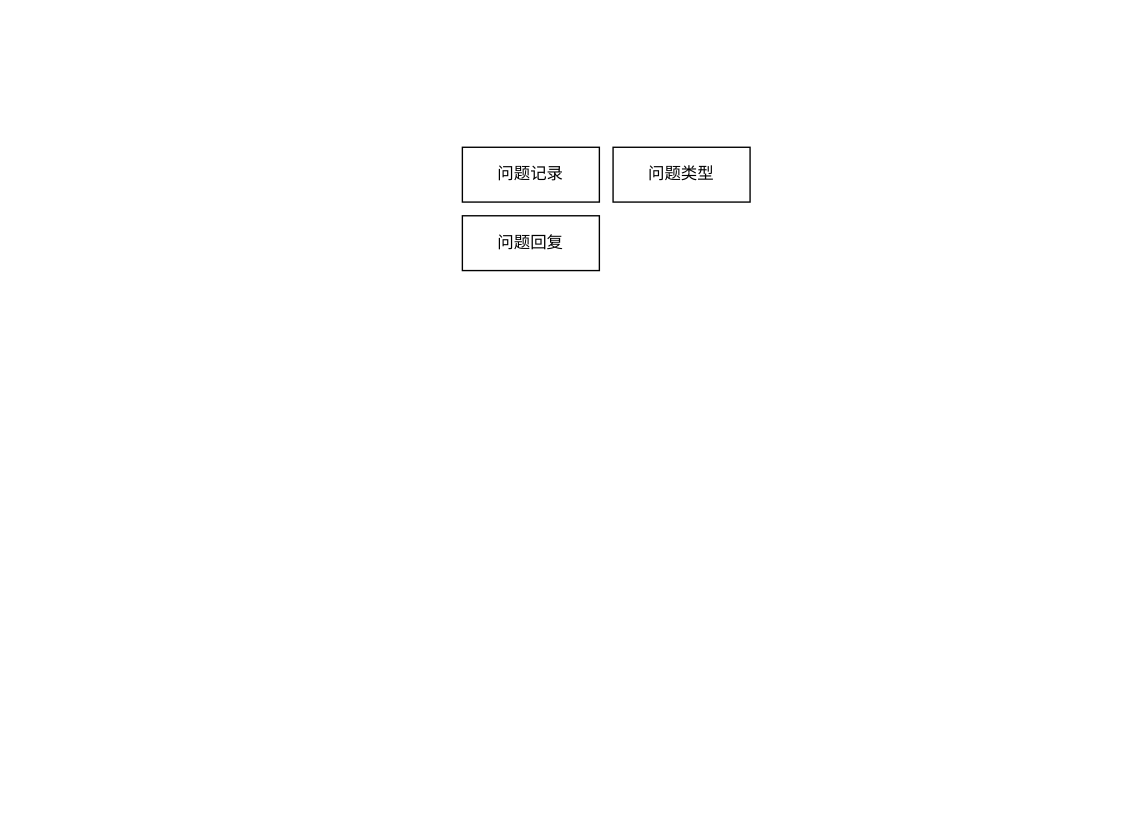
Before: page "问题服务" (5 of 5) of 毕设管理系统/ER模型图.drawio in FdfGithub/drawio, a draw.io diagram. Source tidied: cells renumbered, new cells numbered last; positions are measured from the earlier drawing's top-left corner, leaving out a move shared by most shapes. Both pictures are drawn from the tidied source at 137%, with x=0, y=0 at pixel (462, 147).
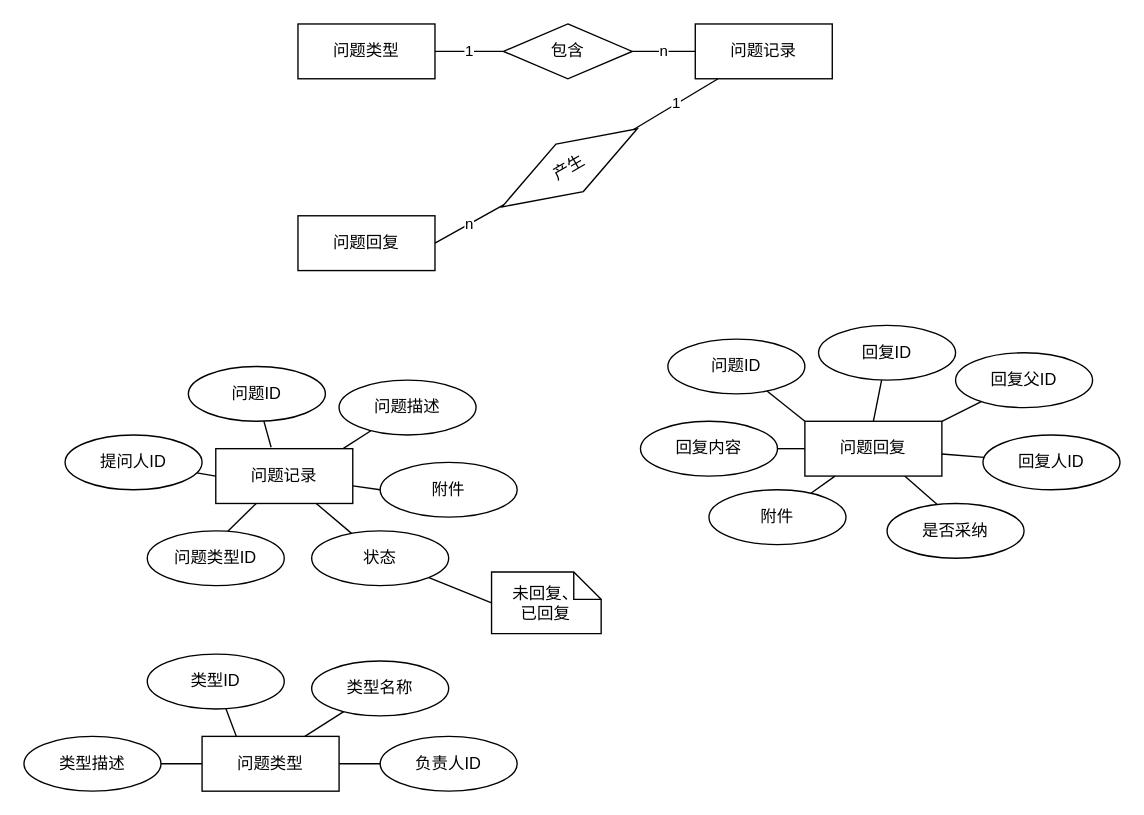
After the change.

The edit, as a diff of the source:
```diff
@@
-    <mxCell id="2" value="问题记录" style="whiteSpace=wrap;html=1;align=center;" parent="1" vertex="1">
-      <mxGeometry width="100" height="40" as="geometry" />
+    <mxCell id="2" value="&lt;span&gt;问题类型&lt;/span&gt;" style="whiteSpace=wrap;html=1;align=center;" parent="1" vertex="1">
+      <mxGeometry x="-120" y="-90" width="100" height="40" as="geometry" />
     </mxCell>
-    <mxCell id="3" value="问题类型" style="whiteSpace=wrap;html=1;align=center;" parent="1" vertex="1">
-      <mxGeometry x="110" width="100" height="40" as="geometry" />
+    <mxCell id="3" value="问题记录" style="whiteSpace=wrap;html=1;align=center;" parent="1" vertex="1">
+      <mxGeometry x="170" y="-90" width="100" height="40" as="geometry" />
     </mxCell>
     <mxCell id="4" value="问题回复" style="whiteSpace=wrap;html=1;align=center;" parent="1" vertex="1">
-      <mxGeometry y="50" width="100" height="40" as="geometry" />
+      <mxGeometry x="-120" y="50" width="100" height="40" as="geometry" />
     </mxCell>
+    <mxCell id="5" style="edgeStyle=none;rounded=0;jettySize=auto;html=1;entryX=0;entryY=0.5;entryDx=0;entryDy=0;endArrow=none;endFill=0;" parent="1" edge="1" source="7" target="12">
+      <mxGeometry relative="1" as="geometry" />
+    </mxCell>
+    <mxCell id="6" style="edgeStyle=none;rounded=0;jettySize=auto;html=1;entryX=0.588;entryY=0.005;entryDx=0;entryDy=0;entryPerimeter=0;endArrow=none;endFill=0;" parent="1" edge="1" source="7" target="30">
+      <mxGeometry relative="1" as="geometry" />
+    </mxCell>
+    <mxCell id="7" value="问题记录" style="whiteSpace=wrap;html=1;align=center;" parent="1" vertex="1">
+      <mxGeometry x="-180" y="220" width="100" height="40" as="geometry" />
+    </mxCell>
+    <mxCell id="8" style="edgeStyle=none;rounded=0;jettySize=auto;html=1;entryX=0.404;entryY=-0.025;entryDx=0;entryDy=0;endArrow=none;endFill=0;entryPerimeter=0;" parent="1" edge="1" source="9" target="7">
+      <mxGeometry relative="1" as="geometry" />
+    </mxCell>
+    <mxCell id="9" value="问题ID" style="ellipse;whiteSpace=wrap;html=1;align=center;" parent="1" vertex="1">
+      <mxGeometry x="-200" y="160" width="100" height="40" as="geometry" />
+    </mxCell>
+    <mxCell id="10" style="edgeStyle=none;rounded=0;jettySize=auto;html=1;entryX=0.932;entryY=-0.005;entryDx=0;entryDy=0;entryPerimeter=0;endArrow=none;endFill=0;" parent="1" edge="1" source="11" target="7">
+      <mxGeometry relative="1" as="geometry" />
+    </mxCell>
+    <mxCell id="11" value="问题描述" style="ellipse;whiteSpace=wrap;html=1;align=center;" parent="1" vertex="1">
+      <mxGeometry x="-90" y="170" width="100" height="40" as="geometry" />
+    </mxCell>
+    <mxCell id="12" value="附件" style="ellipse;whiteSpace=wrap;html=1;align=center;" parent="1" vertex="1">
+      <mxGeometry x="-60" y="230" width="100" height="40" as="geometry" />
+    </mxCell>
+    <mxCell id="13" style="edgeStyle=none;rounded=0;jettySize=auto;html=1;endArrow=none;endFill=0;" parent="1" edge="1" source="15" target="7">
+      <mxGeometry relative="1" as="geometry" />
+    </mxCell>
+    <mxCell id="14" style="edgeStyle=none;rounded=0;jettySize=auto;html=1;entryX=0;entryY=0.5;entryDx=0;entryDy=0;entryPerimeter=0;endArrow=none;endFill=0;" parent="1" edge="1" source="15" target="49">
+      <mxGeometry relative="1" as="geometry" />
+    </mxCell>
+    <mxCell id="15" value="状态" style="ellipse;whiteSpace=wrap;html=1;align=center;" parent="1" vertex="1">
+      <mxGeometry x="-110" y="280" width="100" height="40" as="geometry" />
+    </mxCell>
+    <mxCell id="16" style="edgeStyle=none;rounded=0;jettySize=auto;html=1;entryX=0.364;entryY=0.015;entryDx=0;entryDy=0;entryPerimeter=0;endArrow=none;endFill=0;" parent="1" edge="1" source="17" target="28">
+      <mxGeometry relative="1" as="geometry" />
+    </mxCell>
+    <mxCell id="17" value="问题回复" style="whiteSpace=wrap;html=1;align=center;" parent="1" vertex="1">
+      <mxGeometry x="250" y="200" width="100" height="40" as="geometry" />
+    </mxCell>
+    <mxCell id="18" style="edgeStyle=none;rounded=0;jettySize=auto;html=1;entryX=0;entryY=0;entryDx=0;entryDy=0;endArrow=none;endFill=0;" parent="1" edge="1" source="19" target="17">
+      <mxGeometry relative="1" as="geometry" />
+    </mxCell>
+    <mxCell id="19" value="问题ID" style="ellipse;whiteSpace=wrap;html=1;align=center;" parent="1" vertex="1">
+      <mxGeometry x="150" y="140" width="100" height="40" as="geometry" />
+    </mxCell>
+    <mxCell id="20" style="edgeStyle=none;rounded=0;jettySize=auto;html=1;entryX=0.5;entryY=0;entryDx=0;entryDy=0;endArrow=none;endFill=0;" parent="1" edge="1" source="21" target="17">
+      <mxGeometry relative="1" as="geometry" />
+    </mxCell>
+    <mxCell id="21" value="回复ID" style="ellipse;whiteSpace=wrap;html=1;align=center;" parent="1" vertex="1">
+      <mxGeometry x="260" y="130" width="100" height="40" as="geometry" />
+    </mxCell>
+    <mxCell id="22" style="edgeStyle=none;rounded=0;jettySize=auto;html=1;endArrow=none;endFill=0;" parent="1" edge="1" source="23">
+      <mxGeometry relative="1" as="geometry">
+        <mxPoint x="350" y="200" as="targetPoint" />
+      </mxGeometry>
+    </mxCell>
+    <mxCell id="23" value="回复父ID" style="ellipse;whiteSpace=wrap;html=1;align=center;" parent="1" vertex="1">
+      <mxGeometry x="360" y="150" width="100" height="40" as="geometry" />
+    </mxCell>
+    <mxCell id="24" style="edgeStyle=none;rounded=0;jettySize=auto;html=1;endArrow=none;endFill=0;" parent="1" edge="1" source="25" target="17">
+      <mxGeometry relative="1" as="geometry" />
+    </mxCell>
+    <mxCell id="25" value="回复内容" style="ellipse;whiteSpace=wrap;html=1;align=center;" parent="1" vertex="1">
+      <mxGeometry x="130" y="200" width="100" height="40" as="geometry" />
+    </mxCell>
+    <mxCell id="26" style="edgeStyle=none;rounded=0;jettySize=auto;html=1;endArrow=none;endFill=0;" parent="1" edge="1" source="27" target="17">
+      <mxGeometry relative="1" as="geometry" />
+    </mxCell>
+    <mxCell id="27" value="附件" style="ellipse;whiteSpace=wrap;html=1;align=center;" parent="1" vertex="1">
+      <mxGeometry x="180" y="250" width="100" height="40" as="geometry" />
+    </mxCell>
+    <mxCell id="28" value="是否采纳" style="ellipse;whiteSpace=wrap;html=1;align=center;" parent="1" vertex="1">
+      <mxGeometry x="310" y="260" width="100" height="40" as="geometry" />
+    </mxCell>
+    <mxCell id="29" value="问题类型" style="whiteSpace=wrap;html=1;align=center;" parent="1" vertex="1">
+      <mxGeometry x="-190" y="430" width="100" height="40" as="geometry" />
+    </mxCell>
+    <mxCell id="30" value="问题类型ID" style="ellipse;whiteSpace=wrap;html=1;align=center;" parent="1" vertex="1">
+      <mxGeometry x="-230" y="280" width="100" height="40" as="geometry" />
+    </mxCell>
+    <mxCell id="31" style="edgeStyle=none;rounded=0;jettySize=auto;html=1;entryX=0.25;entryY=0;entryDx=0;entryDy=0;endArrow=none;endFill=0;" parent="1" edge="1" source="32" target="29">
+      <mxGeometry relative="1" as="geometry" />
+    </mxCell>
+    <mxCell id="32" value="类型ID" style="ellipse;whiteSpace=wrap;html=1;align=center;" parent="1" vertex="1">
+      <mxGeometry x="-230" y="370" width="100" height="40" as="geometry" />
+    </mxCell>
+    <mxCell id="33" style="edgeStyle=none;rounded=0;jettySize=auto;html=1;entryX=0.75;entryY=0;entryDx=0;entryDy=0;endArrow=none;endFill=0;" parent="1" edge="1" source="34" target="29">
+      <mxGeometry relative="1" as="geometry" />
+    </mxCell>
+    <mxCell id="34" value="类型名称" style="ellipse;whiteSpace=wrap;html=1;align=center;" parent="1" vertex="1">
+      <mxGeometry x="-110" y="375" width="100" height="40" as="geometry" />
+    </mxCell>
+    <mxCell id="35" style="edgeStyle=none;rounded=0;jettySize=auto;html=1;endArrow=none;endFill=0;" parent="1" edge="1" source="36" target="29">
+      <mxGeometry relative="1" as="geometry" />
+    </mxCell>
+    <mxCell id="36" value="负责人ID" style="ellipse;whiteSpace=wrap;html=1;align=center;" parent="1" vertex="1">
+      <mxGeometry x="-60" y="430" width="100" height="40" as="geometry" />
+    </mxCell>
+    <mxCell id="37" style="edgeStyle=none;rounded=0;jettySize=auto;html=1;endArrow=none;endFill=0;" parent="1" edge="1" source="38" target="29">
+      <mxGeometry relative="1" as="geometry" />
+    </mxCell>
+    <mxCell id="38" value="类型描述" style="ellipse;whiteSpace=wrap;html=1;align=center;" parent="1" vertex="1">
+      <mxGeometry x="-320" y="430" width="100" height="40" as="geometry" />
+    </mxCell>
+    <mxCell id="39" value="n" style="edgeStyle=none;rounded=0;jettySize=auto;html=1;entryX=0;entryY=0.5;entryDx=0;entryDy=0;endArrow=none;endFill=0;" parent="1" edge="1" source="41" target="3">
+      <mxGeometry relative="1" as="geometry" />
+    </mxCell>
+    <mxCell id="40" value="1" style="edgeStyle=none;rounded=0;jettySize=auto;html=1;endArrow=none;endFill=0;" parent="1" edge="1" source="41" target="2">
+      <mxGeometry relative="1" as="geometry">
+        <Array as="points">
+          <mxPoint y="-70" />
+        </Array>
+      </mxGeometry>
+    </mxCell>
+    <mxCell id="41" value="包含" style="shape=rhombus;perimeter=rhombusPerimeter;whiteSpace=wrap;html=1;align=center;" parent="1" vertex="1">
+      <mxGeometry x="30" y="-90" width="94" height="40" as="geometry" />
+    </mxCell>
+    <mxCell id="42" style="edgeStyle=none;rounded=0;jettySize=auto;html=1;endArrow=none;endFill=0;" parent="1" edge="1" source="43" target="17">
+      <mxGeometry relative="1" as="geometry" />
+    </mxCell>
+    <mxCell id="43" value="回复人ID" style="ellipse;whiteSpace=wrap;html=1;align=center;" parent="1" vertex="1">
+      <mxGeometry x="380" y="210" width="100" height="40" as="geometry" />
+    </mxCell>
+    <mxCell id="44" style="edgeStyle=none;rounded=0;jettySize=auto;html=1;entryX=0;entryY=0.5;entryDx=0;entryDy=0;endArrow=none;endFill=0;" parent="1" edge="1" source="45" target="7">
+      <mxGeometry relative="1" as="geometry" />
+    </mxCell>
+    <mxCell id="45" value="提问人ID" style="ellipse;whiteSpace=wrap;html=1;align=center;" parent="1" vertex="1">
+      <mxGeometry x="-290" y="210" width="100" height="40" as="geometry" />
+    </mxCell>
+    <mxCell id="46" value="1" style="edgeStyle=none;rounded=0;jettySize=auto;html=1;endArrow=none;endFill=0;" parent="1" edge="1" source="48" target="3">
+      <mxGeometry relative="1" as="geometry" />
+    </mxCell>
+    <mxCell id="47" value="n" style="edgeStyle=none;rounded=0;jettySize=auto;html=1;entryX=1;entryY=0.5;entryDx=0;entryDy=0;endArrow=none;endFill=0;" parent="1" edge="1" source="48" target="4">
+      <mxGeometry relative="1" as="geometry" />
+    </mxCell>
+    <mxCell id="48" value="产生" style="shape=rhombus;perimeter=rhombusPerimeter;whiteSpace=wrap;html=1;align=center;rotation=-30;" parent="1" vertex="1">
+      <mxGeometry x="21.3" y="-5" width="114" height="40" as="geometry" />
+    </mxCell>
+    <mxCell id="49" value="未回复、&lt;br&gt;已回复" style="shape=note;size=20;whiteSpace=wrap;html=1;" parent="1" vertex="1">
+      <mxGeometry x="21.3" y="310" width="80" height="45" as="geometry" />
+    </mxCell>
```
